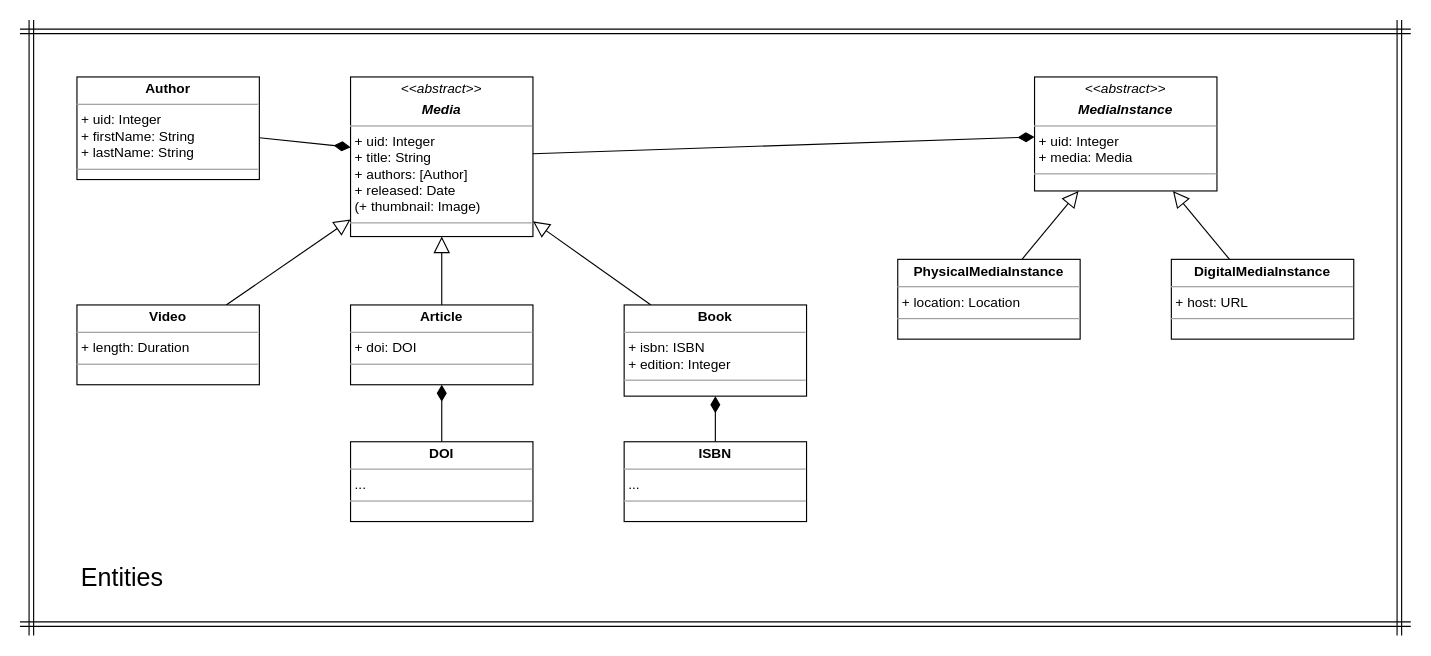
Before: page "Component Classes" (2 of 2) of libraryproject/component_design.drawio in melvdlin/FPT_Uebungen, a draw.io diagram. Source tidied: cells renumbered, new cells numbered last; positions are measured from the earlier drawing's top-left corner, leaving out a move shared by most shapes. Both pictures are drawn from the tidied source at 114%, with x=0, y=0 at pixel (19, 19).
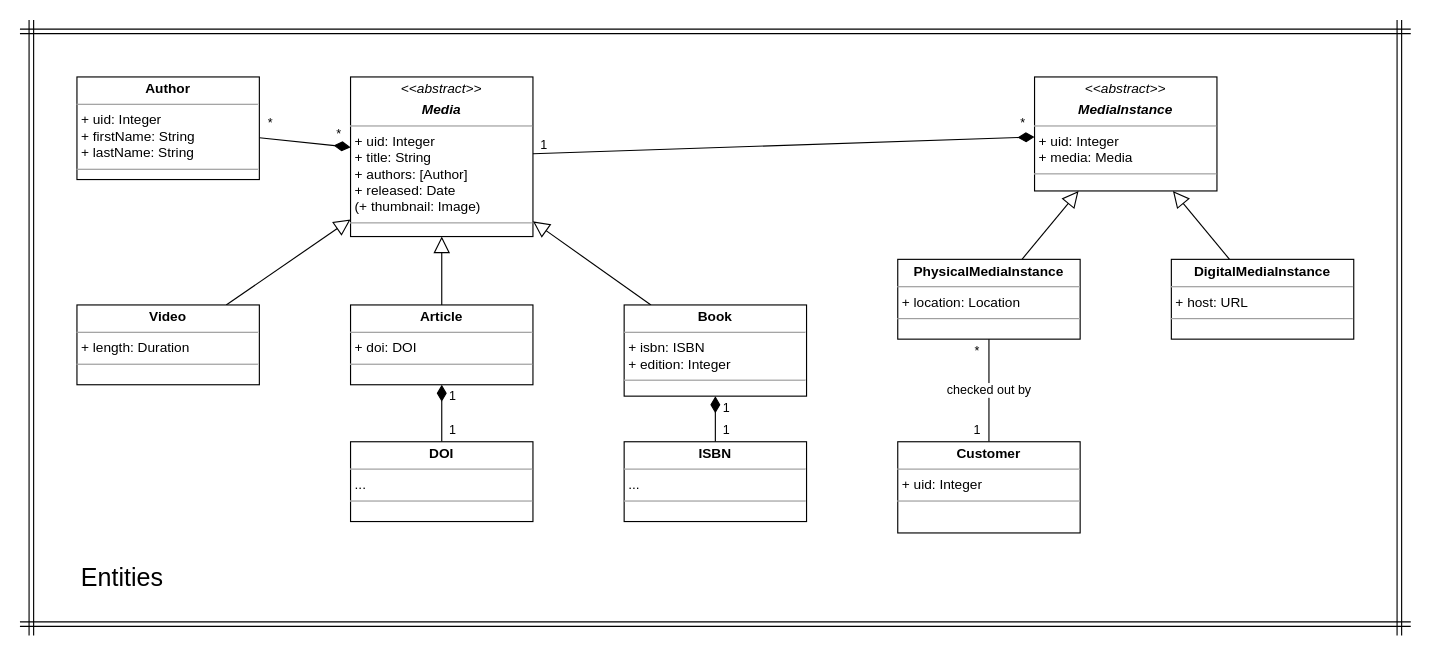
The same diagram, later.

Unchanged cells that the change refers to:
```xml
<mxCell id="18" value="&lt;p style=&quot;margin:0px;margin-top:4px;text-align:center;&quot;&gt;&lt;b style=&quot;background-color: initial;&quot;&gt;PhysicalMediaInstance&lt;/b&gt;&lt;br&gt;&lt;/p&gt;&lt;hr size=&quot;1&quot;&gt;&lt;p style=&quot;margin:0px;margin-left:4px;&quot;&gt;+ location: Location&lt;br&gt;&lt;/p&gt;&lt;hr size=&quot;1&quot;&gt;&lt;p style=&quot;margin:0px;margin-left:4px;&quot;&gt;&lt;br&gt;&lt;/p&gt;" style="verticalAlign=top;align=left;overflow=fill;fontSize=12;fontFamily=Helvetica;html=1;fontColor=default;" parent="1" vertex="1">
  <mxGeometry x="770" y="210" width="160" height="70" as="geometry" />
</mxCell>
```

Diff of the diagram source:
```diff
@@
+    <mxCell id="26" value="checked out by" style="edgeStyle=none;shape=connector;rounded=0;jettySize=auto;html=1;labelBackgroundColor=default;fontFamily=Helvetica;fontSize=11;fontColor=default;startArrow=none;startFill=0;endArrow=none;endFill=0;startSize=12;endSize=12;strokeColor=default;" parent="1" edge="1" source="27" target="18">
+      <mxGeometry relative="1" as="geometry" />
+    </mxCell>
+    <mxCell id="27" value="&lt;p style=&quot;margin:0px;margin-top:4px;text-align:center;&quot;&gt;&lt;b style=&quot;background-color: initial;&quot;&gt;Customer&lt;/b&gt;&lt;br&gt;&lt;/p&gt;&lt;hr size=&quot;1&quot;&gt;&lt;p style=&quot;margin:0px;margin-left:4px;&quot;&gt;+ uid: Integer&lt;/p&gt;&lt;hr size=&quot;1&quot;&gt;&lt;p style=&quot;margin:0px;margin-left:4px;&quot;&gt;&lt;br&gt;&lt;/p&gt;" style="verticalAlign=top;align=left;overflow=fill;fontSize=12;fontFamily=Helvetica;html=1;fontColor=default;" parent="1" vertex="1">
+      <mxGeometry x="770" y="370" width="160" height="80" as="geometry" />
+    </mxCell>
+    <mxCell id="28" value="*" style="text;html=1;strokeColor=none;fillColor=none;align=center;verticalAlign=middle;whiteSpace=wrap;rounded=0;fontFamily=Helvetica;fontSize=11;fontColor=default;" parent="1" vertex="1">
+      <mxGeometry x="830" y="280" width="20" height="20" as="geometry" />
+    </mxCell>
+    <mxCell id="29" value="1" style="text;html=1;strokeColor=none;fillColor=none;align=center;verticalAlign=middle;whiteSpace=wrap;rounded=0;fontFamily=Helvetica;fontSize=11;fontColor=default;" parent="1" vertex="1">
+      <mxGeometry x="830" y="350" width="20" height="20" as="geometry" />
+    </mxCell>
+    <mxCell id="30" value="1" style="text;html=1;strokeColor=none;fillColor=none;align=center;verticalAlign=middle;whiteSpace=wrap;rounded=0;fontFamily=Helvetica;fontSize=11;fontColor=default;" parent="1" vertex="1">
+      <mxGeometry x="450" y="100" width="20" height="20" as="geometry" />
+    </mxCell>
+    <mxCell id="31" value="*" style="text;html=1;strokeColor=none;fillColor=none;align=center;verticalAlign=middle;whiteSpace=wrap;rounded=0;fontFamily=Helvetica;fontSize=11;fontColor=default;" parent="1" vertex="1">
+      <mxGeometry x="870" y="80" width="20" height="20" as="geometry" />
+    </mxCell>
+    <mxCell id="32" value="*" style="text;html=1;strokeColor=none;fillColor=none;align=center;verticalAlign=middle;whiteSpace=wrap;rounded=0;fontFamily=Helvetica;fontSize=11;fontColor=default;" parent="1" vertex="1">
+      <mxGeometry x="270" y="90" width="20" height="20" as="geometry" />
+    </mxCell>
+    <mxCell id="33" value="*" style="text;html=1;strokeColor=none;fillColor=none;align=center;verticalAlign=middle;whiteSpace=wrap;rounded=0;fontFamily=Helvetica;fontSize=11;fontColor=default;" parent="1" vertex="1">
+      <mxGeometry x="210" y="80" width="20" height="20" as="geometry" />
+    </mxCell>
+    <mxCell id="34" value="1" style="text;html=1;strokeColor=none;fillColor=none;align=center;verticalAlign=middle;whiteSpace=wrap;rounded=0;fontFamily=Helvetica;fontSize=11;fontColor=default;" parent="1" vertex="1">
+      <mxGeometry x="370" y="350" width="20" height="20" as="geometry" />
+    </mxCell>
+    <mxCell id="35" value="1" style="text;html=1;strokeColor=none;fillColor=none;align=center;verticalAlign=middle;whiteSpace=wrap;rounded=0;fontFamily=Helvetica;fontSize=11;fontColor=default;" parent="1" vertex="1">
+      <mxGeometry x="370" y="320" width="20" height="20" as="geometry" />
+    </mxCell>
+    <mxCell id="36" value="1" style="text;html=1;strokeColor=none;fillColor=none;align=center;verticalAlign=middle;whiteSpace=wrap;rounded=0;fontFamily=Helvetica;fontSize=11;fontColor=default;" parent="1" vertex="1">
+      <mxGeometry x="610" y="330" width="20" height="20" as="geometry" />
+    </mxCell>
+    <mxCell id="37" value="1" style="text;html=1;strokeColor=none;fillColor=none;align=center;verticalAlign=middle;whiteSpace=wrap;rounded=0;fontFamily=Helvetica;fontSize=11;fontColor=default;" parent="1" vertex="1">
+      <mxGeometry x="610" y="350" width="20" height="20" as="geometry" />
+    </mxCell>
```
